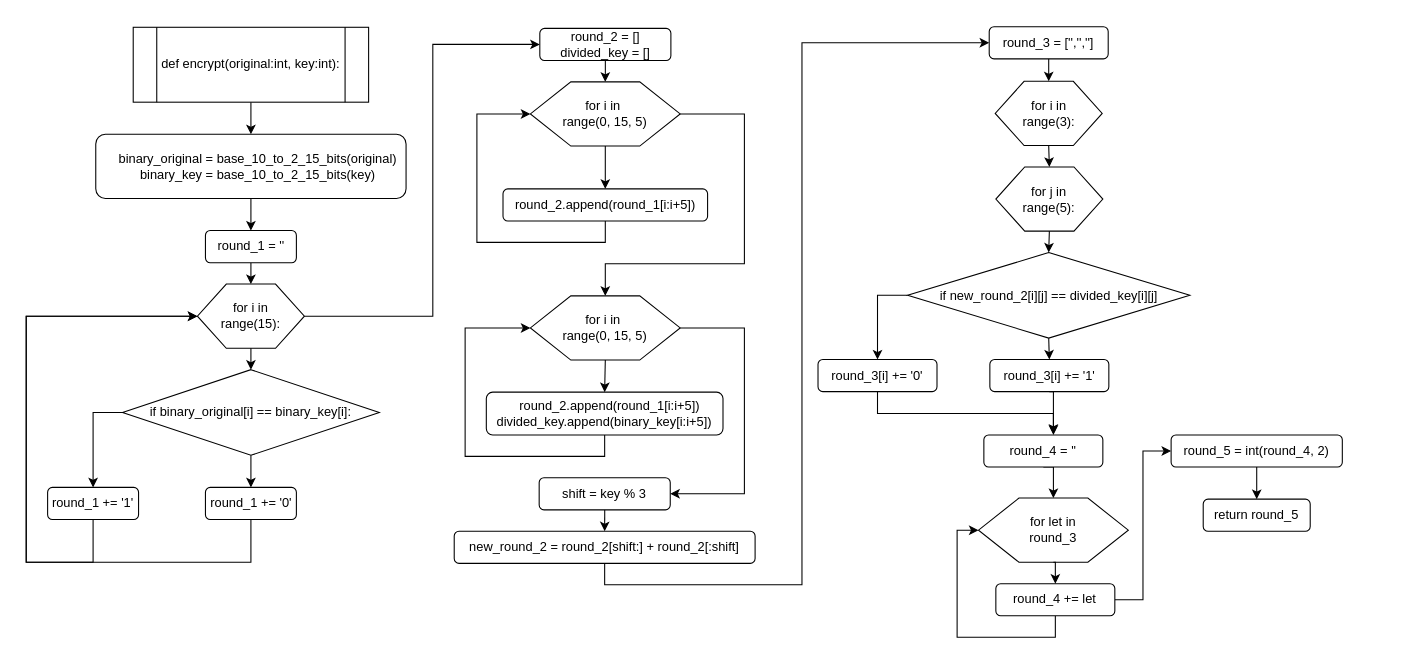
Above: encryption.drawio in bun781/cortado (draw.io), before the change. Source tidied: cells renumbered, new cells numbered last; positions are measured from the earlier drawing's top-left corner, leaving out a move shared by most shapes. Both pictures are drawn from the tidied source at 107%, with x=0, y=0 at pixel (26, 27).
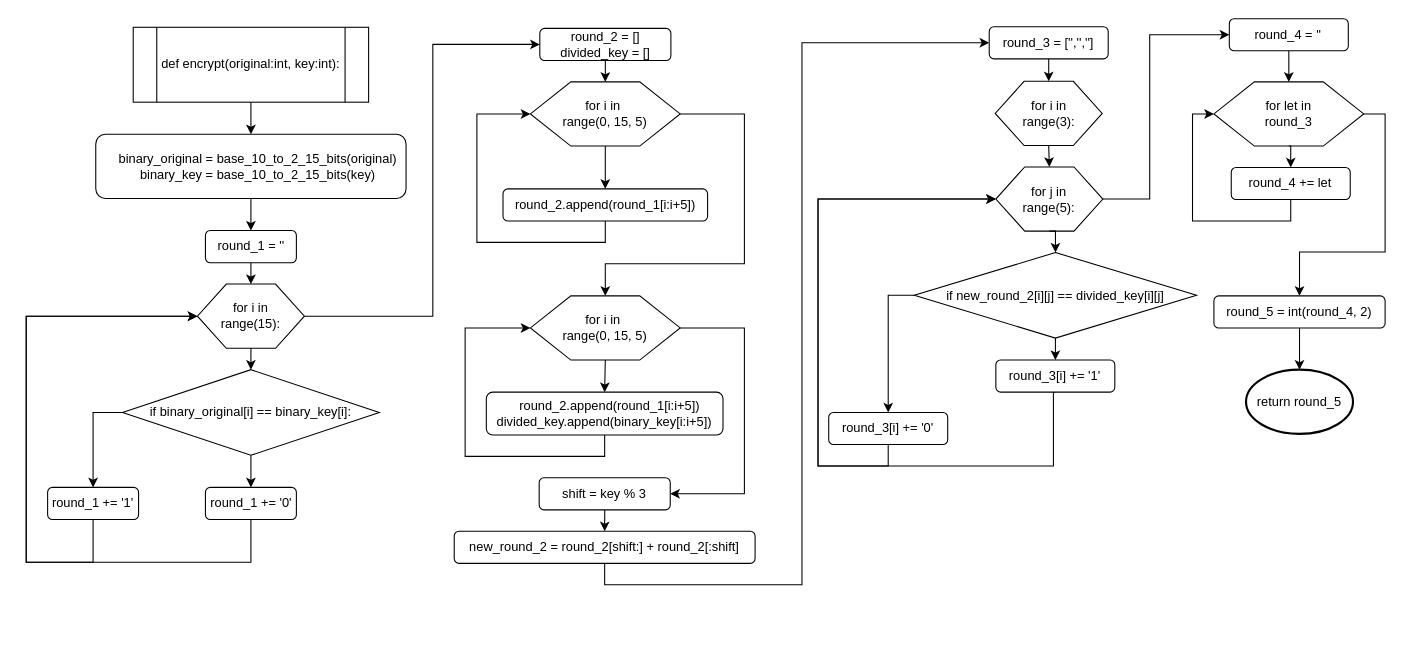
Above is the later version.

Unchanged cells that the change refers to:
```xml
<mxCell id="46" style="verticalLabelPosition=bottom;verticalAlign=top;html=1;shape=hexagon;perimeter=hexagonPerimeter2;arcSize=6;size=0.27;" parent="45" vertex="1">
  <mxGeometry width="100" height="60" as="geometry" />
</mxCell>
<mxCell id="60" style="verticalLabelPosition=bottom;verticalAlign=top;html=1;shape=hexagon;perimeter=hexagonPerimeter2;arcSize=6;size=0.27;" parent="59" vertex="1">
  <mxGeometry width="140" height="60" as="geometry" />
</mxCell>
```

Diff of the diagram source:
```diff
@@
     <mxCell id="51" value="if new_round_2[i][j] == divided_key[i][j]" style="rhombus;whiteSpace=wrap;html=1;" parent="1" vertex="1">
-      <mxGeometry x="823.7" y="210.5" width="263.8" height="80" as="geometry" />
+      <mxGeometry x="830" y="210.5" width="263.8" height="80" as="geometry" />
     </mxCell>
@@
-    <mxCell id="53" style="edgeStyle=orthogonalEdgeStyle;rounded=0;jettySize=auto;html=1;exitX=0.5;exitY=1;exitDx=0;exitDy=0;" parent="1" edge="1" source="54">
-      <mxGeometry relative="1" as="geometry">
-        <mxPoint x="960" y="380" as="targetPoint" />
-      </mxGeometry>
-    </mxCell>
+    <mxCell id="69" style="edgeStyle=orthogonalEdgeStyle;rounded=0;jettySize=auto;html=1;exitX=0.5;exitY=1;exitDx=0;exitDy=0;entryX=0;entryY=0.5;entryDx=0;entryDy=0;" parent="1" edge="1" source="54" target="46">
+      <mxGeometry relative="1" as="geometry">
+        <Array as="points">
+          <mxPoint x="960" y="341" />
+          <mxPoint x="960" y="410" />
+          <mxPoint x="740" y="410" />
+          <mxPoint x="740" y="161" />
+        </Array>
+      </mxGeometry>
+    </mxCell>
     <mxCell id="54" value="round_3[i] += '1'" style="rounded=1;whiteSpace=wrap;html=1;" parent="1" vertex="1">
-      <mxGeometry x="900.6" y="310.5" width="111.2" height="30" as="geometry" />
+      <mxGeometry x="906.2" y="311" width="111.2" height="30" as="geometry" />
     </mxCell>
-    <mxCell id="55" style="edgeStyle=orthogonalEdgeStyle;rounded=0;jettySize=auto;html=1;exitX=0.5;exitY=1;exitDx=0;exitDy=0;" parent="1" edge="1" source="56" target="58">
-      <mxGeometry relative="1" as="geometry">
-        <Array as="points">
-          <mxPoint x="796" y="361" />
-          <mxPoint x="960" y="361" />
-        </Array>
-      </mxGeometry>
-    </mxCell>
+    <mxCell id="70" style="edgeStyle=orthogonalEdgeStyle;rounded=0;jettySize=auto;html=1;exitX=0.5;exitY=1;exitDx=0;exitDy=0;entryX=0;entryY=0.5;entryDx=0;entryDy=0;" parent="1" edge="1" source="56" target="46">
+      <mxGeometry relative="1" as="geometry">
+        <Array as="points">
+          <mxPoint x="806" y="410" />
+          <mxPoint x="740" y="410" />
+          <mxPoint x="740" y="161" />
+        </Array>
+      </mxGeometry>
+    </mxCell>
     <mxCell id="56" value="round_3[i] += '0'" style="rounded=1;whiteSpace=wrap;html=1;" parent="1" vertex="1">
-      <mxGeometry x="740" y="310.5" width="111.2" height="30" as="geometry" />
+      <mxGeometry x="750" y="360" width="111.2" height="30" as="geometry" />
     </mxCell>
@@
     <mxCell id="58" value="round_4 = ''" style="rounded=1;whiteSpace=wrap;html=1;" parent="1" vertex="1">
-      <mxGeometry x="895" y="381" width="111.2" height="30" as="geometry" />
+      <mxGeometry x="1124.4" y="-8" width="111.2" height="30" as="geometry" />
     </mxCell>
     <mxCell id="59" style="group;" parent="1" vertex="1">
-      <mxGeometry x="890" y="440" width="140" height="60" as="geometry" />
+      <mxGeometry x="1110" y="51" width="140" height="60" as="geometry" />
     </mxCell>
@@
-    <mxCell id="63" style="edgeStyle=orthogonalEdgeStyle;rounded=0;jettySize=auto;html=1;exitX=1;exitY=0.5;exitDx=0;exitDy=0;entryX=0;entryY=0.5;entryDx=0;entryDy=0;" parent="1" edge="1" source="64" target="67">
-      <mxGeometry relative="1" as="geometry" />
-    </mxCell>
     <mxCell id="64" value="round_4 += let" style="rounded=1;whiteSpace=wrap;html=1;" parent="1" vertex="1">
-      <mxGeometry x="906.2" y="520" width="111.2" height="30" as="geometry" />
+      <mxGeometry x="1126.2" y="131" width="111.2" height="30" as="geometry" />
     </mxCell>
@@
+    <mxCell id="67" value="round_5 = int(round_4, 2)" style="rounded=1;whiteSpace=wrap;html=1;" parent="1" vertex="1">
+      <mxGeometry x="1110" y="251" width="160" height="30" as="geometry" />
+    </mxCell>
+    <mxCell id="71" style="edgeStyle=orthogonalEdgeStyle;rounded=0;jettySize=auto;html=1;exitX=1;exitY=0.5;exitDx=0;exitDy=0;entryX=0.5;entryY=0;entryDx=0;entryDy=0;" parent="1" edge="1" source="60" target="67">
+      <mxGeometry relative="1" as="geometry">
+        <Array as="points">
+          <mxPoint x="1270" y="81" />
+          <mxPoint x="1270" y="210" />
+          <mxPoint x="1190" y="210" />
+        </Array>
+      </mxGeometry>
+    </mxCell>
+    <mxCell id="72" style="edgeStyle=orthogonalEdgeStyle;rounded=0;jettySize=auto;html=1;exitX=1;exitY=0.5;exitDx=0;exitDy=0;entryX=0;entryY=0.5;entryDx=0;entryDy=0;" parent="1" edge="1" source="46" target="58">
+      <mxGeometry relative="1" as="geometry">
+        <Array as="points">
+          <mxPoint x="1050" y="160" />
+          <mxPoint x="1050" y="7" />
+        </Array>
+      </mxGeometry>
+    </mxCell>
+    <mxCell id="68" value="return round_5" style="strokeWidth=2;html=1;shape=mxgraph.flowchart.start_1;whiteSpace=wrap;" parent="1" vertex="1">
+      <mxGeometry x="1140" y="320" width="100" height="60" as="geometry" />
+    </mxCell>
-    <mxCell id="66" style="edgeStyle=orthogonalEdgeStyle;rounded=0;jettySize=auto;html=1;exitX=0.5;exitY=1;exitDx=0;exitDy=0;entryX=0.5;entryY=0;entryDx=0;entryDy=0;" parent="1" edge="1" source="67" target="68">
+    <mxCell id="66" style="edgeStyle=orthogonalEdgeStyle;rounded=0;jettySize=auto;html=1;exitX=0.5;exitY=1;exitDx=0;exitDy=0;entryX=0.5;entryY=0;entryDx=0;entryDy=0;entryPerimeter=0;" parent="1" edge="1" source="67" target="68">
       <mxGeometry relative="1" as="geometry" />
     </mxCell>
-    <mxCell id="67" value="round_5 = int(round_4, 2)" style="rounded=1;whiteSpace=wrap;html=1;" parent="1" vertex="1">
-      <mxGeometry x="1070" y="381" width="160" height="30" as="geometry" />
-    </mxCell>
-    <mxCell id="68" value="return round_5" style="rounded=1;whiteSpace=wrap;html=1;" parent="1" vertex="1">
-      <mxGeometry x="1100" y="441" width="100" height="30" as="geometry" />
-    </mxCell>
```
